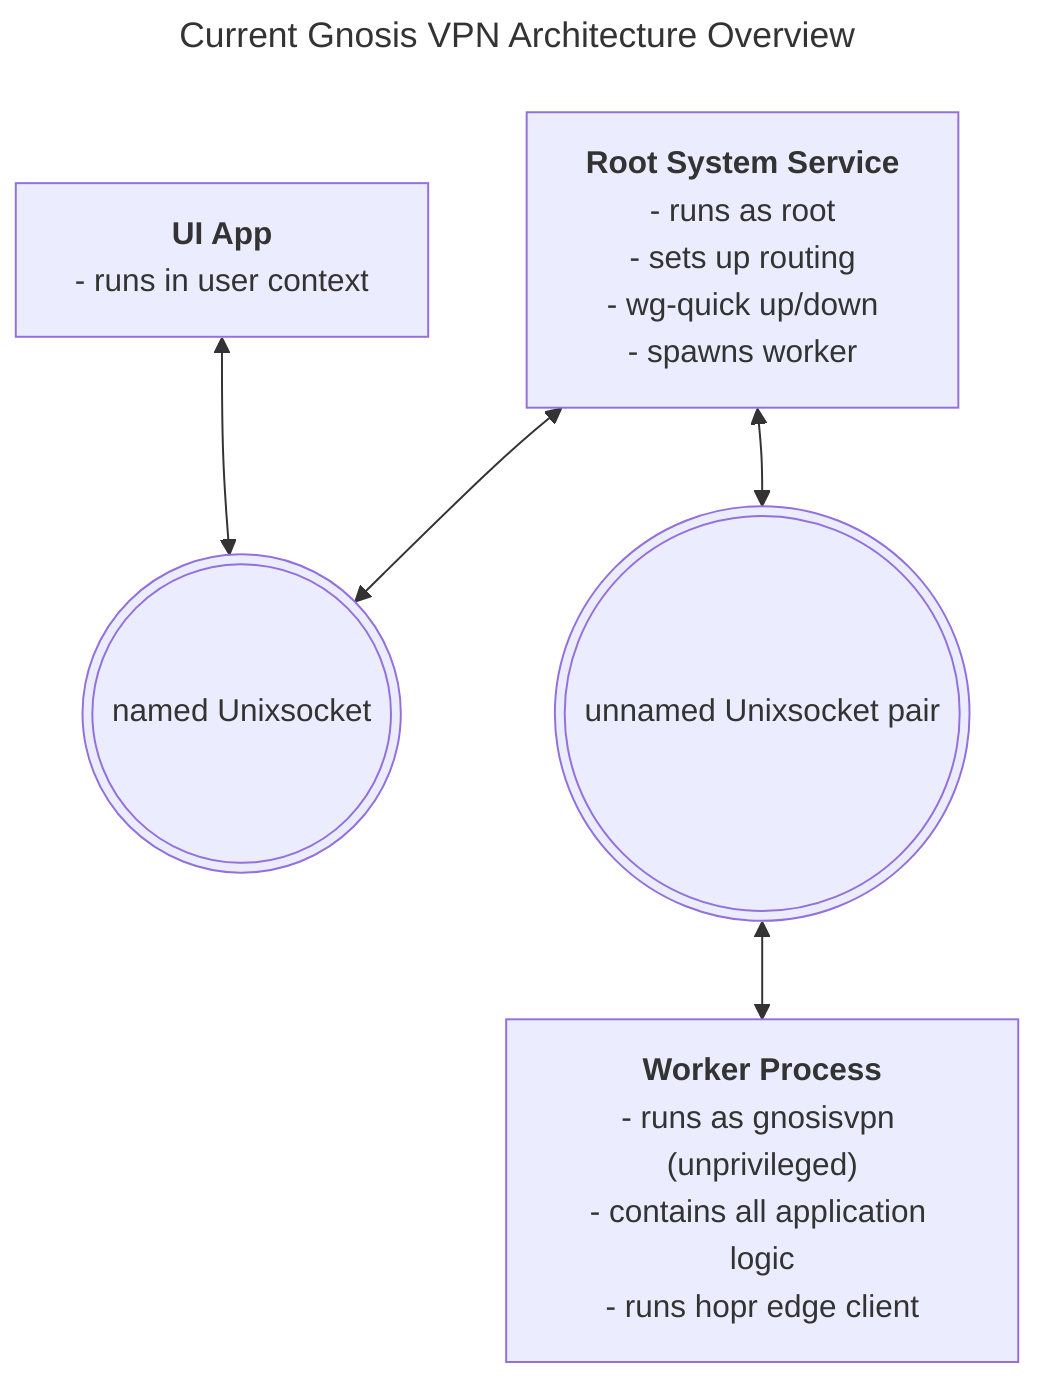
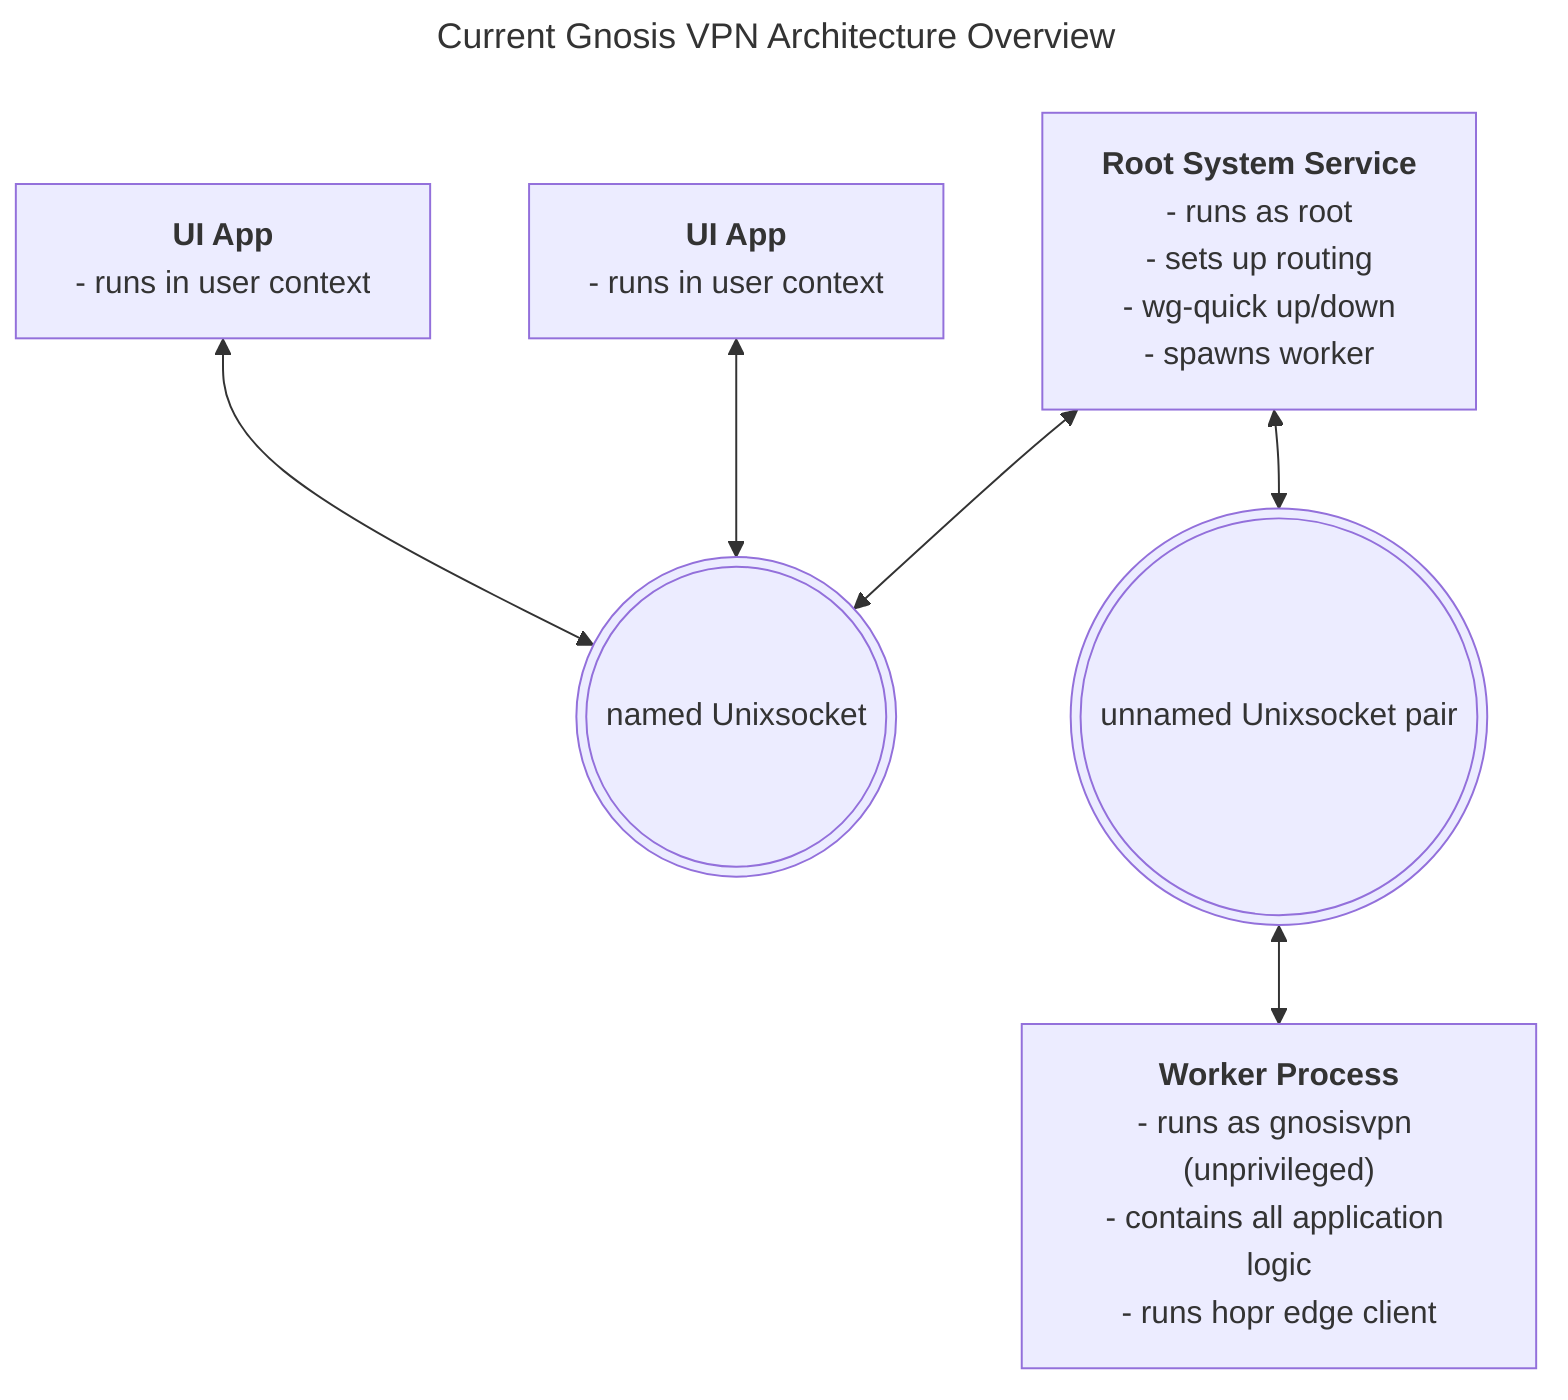
---
title: Current Gnosis VPN Architecture Overview
---
flowchart
    UI["`**UI App**
+     - runs in user context
+     `"]
+     CLI["`**UI App**
    - runs in user context
    `"]
    Root["`**Root System Service**
    - runs as root
    - sets up routing
    - wg-quick up/down
    - spawns worker
    `" ]
    Worker["`**Worker Process**
    - runs as gnosisvpn (unprivileged)
    - contains all application logic
    - runs hopr edge client
    `"]
    SystemSocket(((named Unixsocket)))
    WorkerSocket(((unnamed Unixsocket pair)))
    UI <--> SystemSocket
+     CLI <--> SystemSocket
    Root <--> SystemSocket
    Root <--> WorkerSocket
    WorkerSocket <--> Worker
